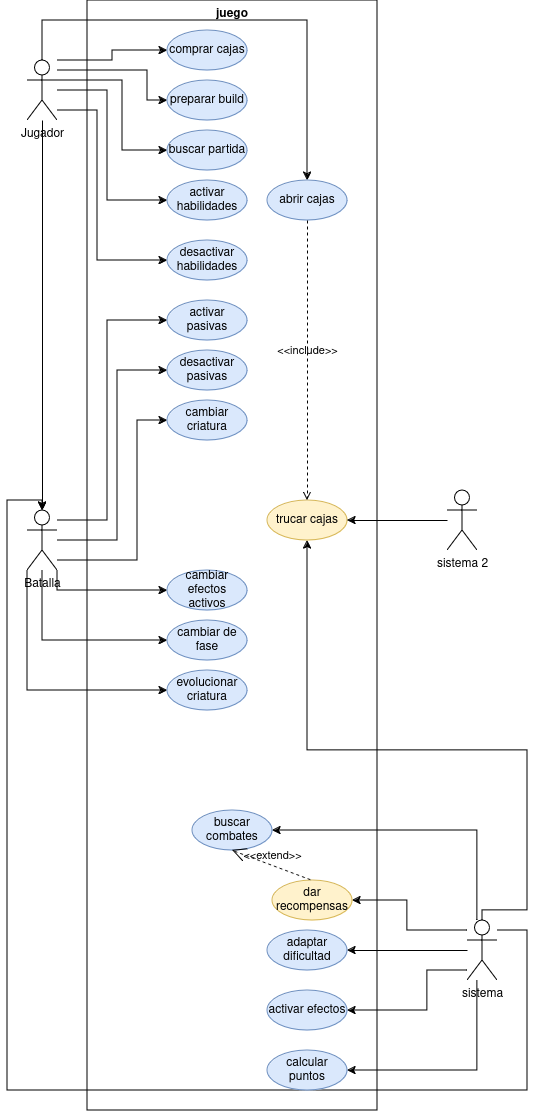
Before: juego de monstruos.png, a diagram exported from draw.io (gian700/Proyecto). Source tidied: cells renumbered, new cells last; positions are measured from the earlier drawing's top-left corner, leaving out a move shared by most shapes.
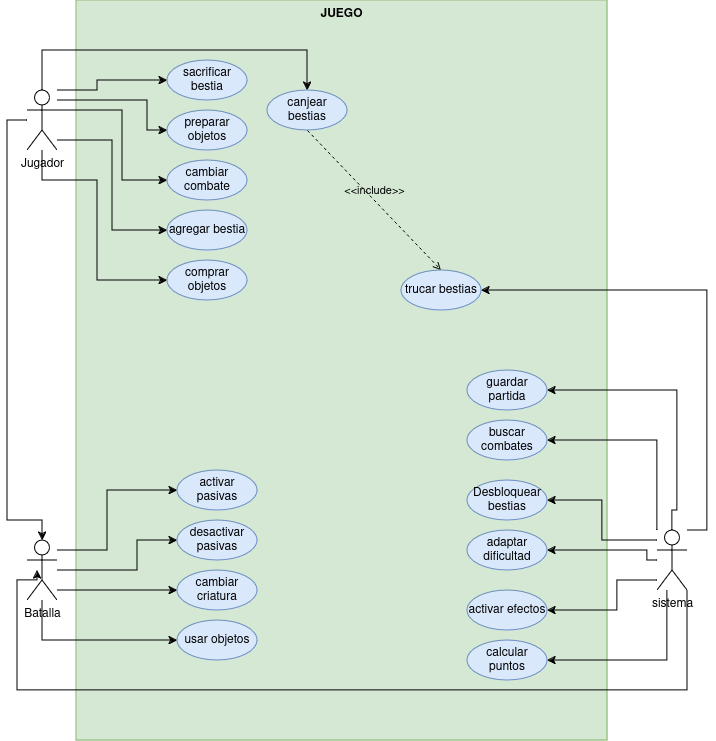
The same diagram one commit later.

Change to the diagram source:
```diff
@@ -2,8 +2,8 @@
   <root>
     <mxCell id="0" />
     <mxCell id="1" parent="0" />
-    <mxCell id="2" value="juego" style="shape=rect;html=1;verticalAlign=top;fontStyle=1;whiteSpace=wrap;align=center;fillColor=none;" parent="1" vertex="1">
-      <mxGeometry x="80" width="290" height="1110" as="geometry" />
+    <mxCell id="2" value="JUEGO" style="shape=rect;html=1;verticalAlign=top;fontStyle=1;whiteSpace=wrap;align=center;fillColor=#d5e8d4;strokeColor=#82b366;" parent="1" vertex="1">
+      <mxGeometry x="69" y="-30" width="531" height="740" as="geometry" />
     </mxCell>
     <mxCell id="3" style="edgeStyle=orthogonalEdgeStyle;rounded=0;jettySize=auto;html=1;entryX=0;entryY=0.5;entryDx=0;entryDy=0;" parent="1" edge="1" source="9" target="11">
       <mxGeometry relative="1" as="geometry">
@@ -20,30 +20,14 @@
         </Array>
       </mxGeometry>
     </mxCell>
-    <mxCell id="5" style="edgeStyle=orthogonalEdgeStyle;rounded=0;jettySize=auto;html=1;entryX=0;entryY=0.5;entryDx=0;entryDy=0;" parent="1" edge="1" source="9" target="13">
-      <mxGeometry relative="1" as="geometry">
-        <Array as="points">
-          <mxPoint x="100" y="90" />
-          <mxPoint x="100" y="200" />
-        </Array>
-      </mxGeometry>
-    </mxCell>
     <mxCell id="6" style="edgeStyle=orthogonalEdgeStyle;rounded=0;jettySize=auto;html=1;entryX=0;entryY=0.5;entryDx=0;entryDy=0;" parent="1" edge="1" source="9" target="10">
       <mxGeometry relative="1" as="geometry">
         <Array as="points">
-          <mxPoint x="105" y="60" />
-          <mxPoint x="105" y="50" />
+          <mxPoint x="90" y="60" />
+          <mxPoint x="90" y="50" />
         </Array>
       </mxGeometry>
     </mxCell>
-    <mxCell id="7" style="edgeStyle=orthogonalEdgeStyle;rounded=0;jettySize=auto;html=1;entryX=0;entryY=0.5;entryDx=0;entryDy=0;" parent="1" edge="1" source="9" target="47">
-      <mxGeometry relative="1" as="geometry">
-        <Array as="points">
-          <mxPoint x="90" y="110" />
-          <mxPoint x="90" y="260" />
-        </Array>
-      </mxGeometry>
-    </mxCell>
     <mxCell id="8" style="edgeStyle=orthogonalEdgeStyle;rounded=0;jettySize=auto;html=1;entryX=0.5;entryY=0;entryDx=0;entryDy=0;" parent="1" edge="1" source="9" target="22">
       <mxGeometry relative="1" as="geometry">
         <Array as="points">
@@ -52,181 +36,191 @@
         </Array>
       </mxGeometry>
     </mxCell>
+    <mxCell id="48" style="edgeStyle=orthogonalEdgeStyle;rounded=0;jettySize=auto;html=1;entryX=0;entryY=0.5;entryDx=0;entryDy=0;" parent="1" edge="1" source="9" target="54">
+      <mxGeometry relative="1" as="geometry">
+        <Array as="points">
+          <mxPoint x="105" y="110" />
+          <mxPoint x="105" y="200" />
+        </Array>
+      </mxGeometry>
+    </mxCell>
+    <mxCell id="49" style="edgeStyle=orthogonalEdgeStyle;rounded=0;jettySize=auto;html=1;entryX=0;entryY=0.5;entryDx=0;entryDy=0;" parent="1" edge="1" source="9" target="55">
+      <mxGeometry relative="1" as="geometry">
+        <Array as="points">
+          <mxPoint x="35" y="150" />
+          <mxPoint x="90" y="150" />
+          <mxPoint x="90" y="250" />
+        </Array>
+      </mxGeometry>
+    </mxCell>
     <mxCell id="9" value="Jugador" style="shape=umlActor;html=1;verticalLabelPosition=bottom;verticalAlign=top;align=center;" parent="1" vertex="1">
       <mxGeometry x="20" y="60" width="30" height="60" as="geometry" />
     </mxCell>
-    <mxCell id="10" value="comprar cajas" style="ellipse;whiteSpace=wrap;html=1;fillColor=#dae8fc;strokeColor=#6c8ebf;" parent="1" vertex="1">
+    <mxCell id="10" value="sacrificar bestia" style="ellipse;whiteSpace=wrap;html=1;fillColor=#dae8fc;strokeColor=#6c8ebf;" parent="1" vertex="1">
       <mxGeometry x="160" y="30" width="80" height="40" as="geometry" />
     </mxCell>
-    <mxCell id="11" value="preparar build" style="ellipse;whiteSpace=wrap;html=1;fillColor=#dae8fc;strokeColor=#6c8ebf;" parent="1" vertex="1">
+    <mxCell id="11" value="preparar objetos" style="ellipse;whiteSpace=wrap;html=1;fillColor=#dae8fc;strokeColor=#6c8ebf;" parent="1" vertex="1">
       <mxGeometry x="160" y="80" width="80" height="40" as="geometry" />
     </mxCell>
-    <mxCell id="12" value="buscar partida" style="ellipse;whiteSpace=wrap;html=1;fillColor=#dae8fc;strokeColor=#6c8ebf;" parent="1" vertex="1">
+    <mxCell id="12" value="cambiar combate" style="ellipse;whiteSpace=wrap;html=1;fillColor=#dae8fc;strokeColor=#6c8ebf;" parent="1" vertex="1">
       <mxGeometry x="160" y="130" width="80" height="40" as="geometry" />
     </mxCell>
-    <mxCell id="13" value="activar habilidades" style="ellipse;whiteSpace=wrap;html=1;fillColor=#dae8fc;strokeColor=#6c8ebf;" parent="1" vertex="1">
-      <mxGeometry x="160" y="180" width="80" height="40" as="geometry" />
-    </mxCell>
     <mxCell id="14" style="edgeStyle=orthogonalEdgeStyle;rounded=0;jettySize=auto;html=1;entryX=0;entryY=0.5;entryDx=0;entryDy=0;" parent="1" edge="1" source="20" target="21">
       <mxGeometry relative="1" as="geometry">
         <Array as="points">
           <mxPoint x="100" y="520" />
-          <mxPoint x="100" y="320" />
+          <mxPoint x="100" y="460" />
         </Array>
       </mxGeometry>
     </mxCell>
     <mxCell id="15" style="edgeStyle=orthogonalEdgeStyle;rounded=0;jettySize=auto;html=1;entryX=0;entryY=0.5;entryDx=0;entryDy=0;" parent="1" edge="1" source="20" target="23">
       <mxGeometry relative="1" as="geometry">
         <Array as="points">
-          <mxPoint x="110" y="540" />
-          <mxPoint x="110" y="370" />
+          <mxPoint x="130" y="540" />
+          <mxPoint x="130" y="510" />
         </Array>
       </mxGeometry>
     </mxCell>
     <mxCell id="16" style="edgeStyle=orthogonalEdgeStyle;rounded=0;jettySize=auto;html=1;entryX=0;entryY=0.5;entryDx=0;entryDy=0;" parent="1" edge="1" source="20" target="24">
       <mxGeometry relative="1" as="geometry">
         <Array as="points">
-          <mxPoint x="130" y="560" />
-          <mxPoint x="130" y="420" />
+          <mxPoint x="150" y="560" />
+          <mxPoint x="150" y="560" />
         </Array>
       </mxGeometry>
     </mxCell>
-    <mxCell id="17" style="edgeStyle=orthogonalEdgeStyle;rounded=0;jettySize=auto;html=1;entryX=0;entryY=0.5;entryDx=0;entryDy=0;" parent="1" edge="1" source="20" target="26">
-      <mxGeometry relative="1" as="geometry">
-        <Array as="points">
-          <mxPoint x="50" y="590" />
-        </Array>
-      </mxGeometry>
-    </mxCell>
-    <mxCell id="18" style="edgeStyle=orthogonalEdgeStyle;rounded=0;jettySize=auto;html=1;entryX=0;entryY=0.5;entryDx=0;entryDy=0;" parent="1" edge="1" source="20" target="25">
-      <mxGeometry relative="1" as="geometry">
-        <Array as="points">
-          <mxPoint x="20" y="690" />
-        </Array>
-      </mxGeometry>
-    </mxCell>
-    <mxCell id="19" style="edgeStyle=orthogonalEdgeStyle;rounded=0;jettySize=auto;html=1;entryX=0;entryY=0.5;entryDx=0;entryDy=0;" parent="1" edge="1" source="20" target="27">
-      <mxGeometry relative="1" as="geometry">
-        <Array as="points">
-          <mxPoint x="35" y="640" />
-        </Array>
-      </mxGeometry>
-    </mxCell>
+    <mxCell id="50" style="edgeStyle=orthogonalEdgeStyle;rounded=0;jettySize=auto;html=1;entryX=0;entryY=0.5;entryDx=0;entryDy=0;" parent="1" edge="1" source="20" target="56">
+      <mxGeometry relative="1" as="geometry">
+        <Array as="points">
+          <mxPoint x="35" y="610" />
+        </Array>
+      </mxGeometry>
+    </mxCell>
     <mxCell id="20" value="&lt;div&gt;Batalla&lt;/div&gt;" style="shape=umlActor;html=1;verticalLabelPosition=bottom;verticalAlign=top;align=center;" parent="1" vertex="1">
       <mxGeometry x="20" y="510" width="30" height="60" as="geometry" />
     </mxCell>
     <mxCell id="21" value="activar pasivas" style="ellipse;whiteSpace=wrap;html=1;fillColor=#dae8fc;strokeColor=#6c8ebf;" parent="1" vertex="1">
-      <mxGeometry x="160" y="300" width="80" height="40" as="geometry" />
+      <mxGeometry x="170" y="440" width="80" height="40" as="geometry" />
     </mxCell>
-    <mxCell id="22" value="abrir cajas" style="ellipse;whiteSpace=wrap;html=1;fillColor=#dae8fc;strokeColor=#6c8ebf;" parent="1" vertex="1">
-      <mxGeometry x="260" y="180" width="80" height="40" as="geometry" />
+    <mxCell id="22" value="canjear bestias" style="ellipse;whiteSpace=wrap;html=1;fillColor=#dae8fc;strokeColor=#6c8ebf;" parent="1" vertex="1">
+      <mxGeometry x="260" y="60" width="80" height="40" as="geometry" />
     </mxCell>
     <mxCell id="23" value="desactivar pasivas" style="ellipse;whiteSpace=wrap;html=1;fillColor=#dae8fc;strokeColor=#6c8ebf;" parent="1" vertex="1">
-      <mxGeometry x="160" y="350" width="80" height="40" as="geometry" />
+      <mxGeometry x="170" y="490" width="80" height="40" as="geometry" />
     </mxCell>
     <mxCell id="24" value="cambiar criatura" style="ellipse;whiteSpace=wrap;html=1;fillColor=#dae8fc;strokeColor=#6c8ebf;" parent="1" vertex="1">
-      <mxGeometry x="160" y="400" width="80" height="40" as="geometry" />
+      <mxGeometry x="170" y="540" width="80" height="40" as="geometry" />
     </mxCell>
-    <mxCell id="25" value="evolucionar criatura" style="ellipse;whiteSpace=wrap;html=1;fillColor=#dae8fc;strokeColor=#6c8ebf;" parent="1" vertex="1">
-      <mxGeometry x="160" y="670" width="80" height="40" as="geometry" />
-    </mxCell>
-    <mxCell id="26" value="cambiar efectos activos" style="ellipse;whiteSpace=wrap;html=1;fillColor=#dae8fc;strokeColor=#6c8ebf;" parent="1" vertex="1">
-      <mxGeometry x="160" y="570" width="80" height="40" as="geometry" />
-    </mxCell>
-    <mxCell id="27" value="cambiar de fase" style="ellipse;whiteSpace=wrap;html=1;fillColor=#dae8fc;strokeColor=#6c8ebf;" parent="1" vertex="1">
-      <mxGeometry x="160" y="620" width="80" height="40" as="geometry" />
-    </mxCell>
-    <mxCell id="28" style="edgeStyle=orthogonalEdgeStyle;rounded=0;jettySize=auto;html=1;entryX=0.5;entryY=1;entryDx=0;entryDy=0;" parent="1" edge="1" source="35" target="37">
-      <mxGeometry relative="1" as="geometry">
-        <Array as="points">
-          <mxPoint x="475" y="910" />
-          <mxPoint x="520" y="910" />
-          <mxPoint x="520" y="750" />
-          <mxPoint x="300" y="750" />
-        </Array>
-      </mxGeometry>
-    </mxCell>
     <mxCell id="29" style="edgeStyle=orthogonalEdgeStyle;rounded=0;jettySize=auto;html=1;entryX=1;entryY=0.5;entryDx=0;entryDy=0;" parent="1" edge="1" source="35" target="39">
       <mxGeometry relative="1" as="geometry">
         <Array as="points">
-          <mxPoint x="470" y="830" />
+          <mxPoint x="650" y="410" />
         </Array>
       </mxGeometry>
     </mxCell>
-    <mxCell id="30" style="edgeStyle=orthogonalEdgeStyle;rounded=0;jettySize=auto;html=1;entryX=1;entryY=0.5;entryDx=0;entryDy=0;" parent="1" edge="1" source="35" target="40">
-      <mxGeometry relative="1" as="geometry">
-        <Array as="points">
-          <mxPoint x="400" y="930" />
-          <mxPoint x="400" y="900" />
-        </Array>
-      </mxGeometry>
-    </mxCell>
     <mxCell id="31" style="edgeStyle=orthogonalEdgeStyle;rounded=0;jettySize=auto;html=1;entryX=1;entryY=0.5;entryDx=0;entryDy=0;" parent="1" edge="1" source="35" target="38">
       <mxGeometry relative="1" as="geometry">
         <Array as="points">
-          <mxPoint x="420" y="970" />
-          <mxPoint x="420" y="1010" />
+          <mxPoint x="610" y="550" />
+          <mxPoint x="610" y="580" />
         </Array>
       </mxGeometry>
     </mxCell>
-    <mxCell id="32" style="edgeStyle=orthogonalEdgeStyle;rounded=0;jettySize=auto;html=1;" parent="1" edge="1" source="35" target="20">
+    <mxCell id="32" style="edgeStyle=orthogonalEdgeStyle;rounded=0;jettySize=auto;html=1;" parent="1" edge="1" source="35">
       <mxGeometry relative="1" as="geometry">
+        <mxPoint x="30" y="540" as="targetPoint" />
         <Array as="points">
-          <mxPoint x="520" y="930" />
-          <mxPoint x="520" y="1090" />
-          <mxPoint y="1090" />
-          <mxPoint y="500" />
+          <mxPoint x="680" y="660" />
+          <mxPoint x="10" y="660" />
+          <mxPoint x="10" y="550" />
+          <mxPoint x="30" y="550" />
         </Array>
       </mxGeometry>
     </mxCell>
     <mxCell id="33" style="edgeStyle=orthogonalEdgeStyle;rounded=0;jettySize=auto;html=1;entryX=1;entryY=0.5;entryDx=0;entryDy=0;" parent="1" edge="1" source="35" target="42">
       <mxGeometry relative="1" as="geometry">
         <Array as="points">
-          <mxPoint x="470" y="1070" />
+          <mxPoint x="660" y="630" />
         </Array>
       </mxGeometry>
     </mxCell>
     <mxCell id="34" style="edgeStyle=orthogonalEdgeStyle;rounded=0;jettySize=auto;html=1;" parent="1" edge="1" source="35" target="41">
-      <mxGeometry relative="1" as="geometry" />
+      <mxGeometry relative="1" as="geometry">
+        <Array as="points">
+          <mxPoint x="640" y="530" />
+          <mxPoint x="640" y="520" />
+        </Array>
+      </mxGeometry>
     </mxCell>
+    <mxCell id="51" style="edgeStyle=orthogonalEdgeStyle;rounded=0;jettySize=auto;html=1;entryX=1;entryY=0.5;entryDx=0;entryDy=0;" parent="1" edge="1" source="35" target="58">
+      <mxGeometry relative="1" as="geometry">
+        <Array as="points">
+          <mxPoint x="665" y="480" />
+          <mxPoint x="670" y="480" />
+          <mxPoint x="670" y="360" />
+        </Array>
+      </mxGeometry>
+    </mxCell>
+    <mxCell id="52" style="edgeStyle=orthogonalEdgeStyle;rounded=0;jettySize=auto;html=1;entryX=1;entryY=0.5;entryDx=0;entryDy=0;" parent="1" edge="1" source="35" target="57">
+      <mxGeometry relative="1" as="geometry">
+        <Array as="points">
+          <mxPoint x="595" y="510" />
+          <mxPoint x="595" y="470" />
+        </Array>
+      </mxGeometry>
+    </mxCell>
+    <mxCell id="53" style="edgeStyle=orthogonalEdgeStyle;rounded=0;jettySize=auto;html=1;entryX=1;entryY=0.5;entryDx=0;entryDy=0;" parent="1" edge="1" source="35" target="59">
+      <mxGeometry relative="1" as="geometry">
+        <Array as="points">
+          <mxPoint x="700" y="500" />
+          <mxPoint x="700" y="260" />
+        </Array>
+      </mxGeometry>
+    </mxCell>
     <mxCell id="35" value="sistema" style="shape=umlActor;html=1;verticalLabelPosition=bottom;verticalAlign=top;align=center;" parent="1" vertex="1">
-      <mxGeometry x="460" y="920" width="30" height="60" as="geometry" />
+      <mxGeometry x="650" y="500" width="30" height="60" as="geometry" />
     </mxCell>
     <mxCell id="36" style="edgeStyle=orthogonalEdgeStyle;rounded=0;jettySize=auto;html=1;entryX=0.5;entryY=0;entryDx=0;entryDy=0;entryPerimeter=0;" parent="1" edge="1" source="9" target="20">
-      <mxGeometry relative="1" as="geometry" />
+      <mxGeometry relative="1" as="geometry">
+        <Array as="points">
+          <mxPoint y="90" />
+          <mxPoint y="490" />
+          <mxPoint x="35" y="490" />
+        </Array>
+      </mxGeometry>
     </mxCell>
-    <mxCell id="37" value="trucar cajas" style="ellipse;whiteSpace=wrap;html=1;fillColor=#fff2cc;strokeColor=#d6b656;" parent="1" vertex="1">
-      <mxGeometry x="260" y="500" width="80" height="40" as="geometry" />
-    </mxCell>
     <mxCell id="38" value="activar efectos" style="ellipse;whiteSpace=wrap;html=1;fillColor=#dae8fc;strokeColor=#6c8ebf;" parent="1" vertex="1">
-      <mxGeometry x="260" y="990" width="80" height="40" as="geometry" />
+      <mxGeometry x="460" y="560" width="80" height="40" as="geometry" />
     </mxCell>
     <mxCell id="39" value="buscar combates" style="ellipse;whiteSpace=wrap;html=1;fillColor=#dae8fc;strokeColor=#6c8ebf;" parent="1" vertex="1">
-      <mxGeometry x="185" y="810" width="80" height="40" as="geometry" />
+      <mxGeometry x="460" y="390" width="80" height="40" as="geometry" />
     </mxCell>
-    <mxCell id="40" value="dar recompensas" style="ellipse;whiteSpace=wrap;html=1;fillColor=#fff2cc;strokeColor=#d6b656;" parent="1" vertex="1">
-      <mxGeometry x="265" y="880" width="80" height="40" as="geometry" />
-    </mxCell>
     <mxCell id="41" value="adaptar dificultad" style="ellipse;whiteSpace=wrap;html=1;fillColor=#dae8fc;strokeColor=#6c8ebf;" parent="1" vertex="1">
-      <mxGeometry x="260" y="930" width="80" height="40" as="geometry" />
+      <mxGeometry x="460" y="500" width="80" height="40" as="geometry" />
     </mxCell>
     <mxCell id="42" value="calcular puntos" style="ellipse;whiteSpace=wrap;html=1;fillColor=#dae8fc;strokeColor=#6c8ebf;" parent="1" vertex="1">
-      <mxGeometry x="260" y="1050" width="80" height="40" as="geometry" />
+      <mxGeometry x="460" y="610" width="80" height="40" as="geometry" />
     </mxCell>
-    <mxCell id="43" value="&amp;lt;&amp;lt;extend&amp;gt;&amp;gt;" style="edgeStyle=none;html=1;startArrow=open;endArrow=none;startSize=12;verticalAlign=bottom;dashed=1;labelBackgroundColor=none;rounded=0;entryX=0.5;entryY=0;entryDx=0;entryDy=0;exitX=0.5;exitY=1;exitDx=0;exitDy=0;" parent="1" edge="1" source="39" target="40">
-      <mxGeometry relative="1" as="geometry" />
-    </mxCell>
-    <mxCell id="44" value="&amp;lt;&amp;lt;include&amp;gt;&amp;gt;" style="edgeStyle=none;html=1;endArrow=open;verticalAlign=bottom;dashed=1;labelBackgroundColor=none;rounded=0;exitX=0.5;exitY=1;exitDx=0;exitDy=0;entryX=0.5;entryY=0;entryDx=0;entryDy=0;" parent="1" edge="1" source="22" target="37">
+    <mxCell id="44" value="&amp;lt;&amp;lt;include&amp;gt;&amp;gt;" style="edgeStyle=none;html=1;endArrow=open;verticalAlign=bottom;dashed=1;labelBackgroundColor=none;rounded=0;exitX=0.5;exitY=1;exitDx=0;exitDy=0;entryX=0.5;entryY=0;entryDx=0;entryDy=0;" parent="1" edge="1" source="22" target="59">
       <mxGeometry relative="1" as="geometry" />
     </mxCell>
-    <mxCell id="45" style="edgeStyle=orthogonalEdgeStyle;rounded=0;jettySize=auto;html=1;" parent="1" edge="1" source="46" target="37">
-      <mxGeometry relative="1" as="geometry" />
-    </mxCell>
-    <mxCell id="46" value="sistema 2" style="shape=umlActor;verticalLabelPosition=bottom;verticalAlign=top;html=1;outlineConnect=0;" parent="1" vertex="1">
-      <mxGeometry x="440" y="490" width="30" height="60" as="geometry" />
-    </mxCell>
-    <mxCell id="47" value="desactivar habilidades" style="ellipse;whiteSpace=wrap;html=1;fillColor=#dae8fc;strokeColor=#6c8ebf;" parent="1" vertex="1">
-      <mxGeometry x="160" y="240" width="80" height="40" as="geometry" />
-    </mxCell>
+    <mxCell id="54" value="agregar bestia" style="ellipse;whiteSpace=wrap;html=1;fillColor=#dae8fc;strokeColor=#6c8ebf;" parent="1" vertex="1">
+      <mxGeometry x="160" y="180" width="80" height="40" as="geometry" />
+    </mxCell>
+    <mxCell id="55" value="comprar objetos" style="ellipse;whiteSpace=wrap;html=1;fillColor=#dae8fc;strokeColor=#6c8ebf;" parent="1" vertex="1">
+      <mxGeometry x="160" y="230" width="80" height="40" as="geometry" />
+    </mxCell>
+    <mxCell id="56" value="usar objetos" style="ellipse;whiteSpace=wrap;html=1;fillColor=#dae8fc;strokeColor=#6c8ebf;" parent="1" vertex="1">
+      <mxGeometry x="170" y="590" width="80" height="40" as="geometry" />
+    </mxCell>
+    <mxCell id="57" value="Desbloquear bestias" style="ellipse;whiteSpace=wrap;html=1;fillColor=#dae8fc;strokeColor=#6c8ebf;" parent="1" vertex="1">
+      <mxGeometry x="460" y="450" width="80" height="40" as="geometry" />
+    </mxCell>
+    <mxCell id="58" value="guardar partida" style="ellipse;whiteSpace=wrap;html=1;fillColor=#dae8fc;strokeColor=#6c8ebf;" parent="1" vertex="1">
+      <mxGeometry x="460" y="340" width="80" height="40" as="geometry" />
+    </mxCell>
+    <mxCell id="59" value="trucar bestias" style="ellipse;whiteSpace=wrap;html=1;fillColor=#dae8fc;strokeColor=#6c8ebf;" parent="1" vertex="1">
+      <mxGeometry x="394" y="240" width="80" height="40" as="geometry" />
+    </mxCell>
   </root>
 </mxGraphModel>
```
